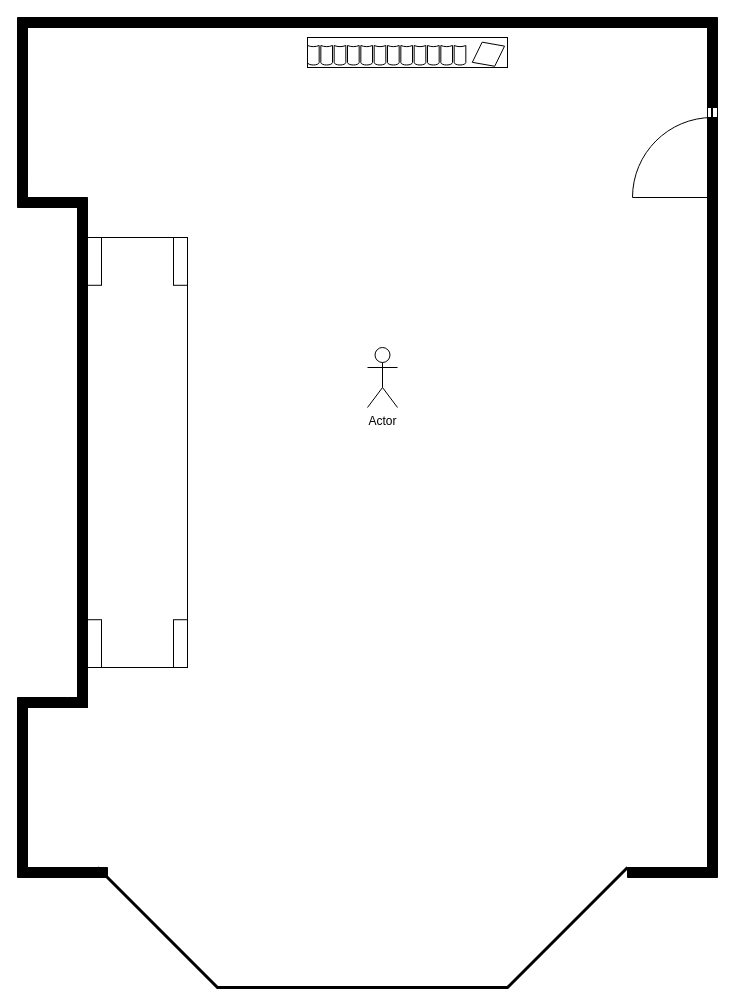
This is lounge.drawio from myqueues/diy, a draw.io file, before an edit. Source tidied: cells renumbered, new cells numbered last; positions are measured from the earlier drawing's top-left corner, leaving out a move shared by most shapes. Both pictures are drawn from the tidied source at 100%, with x=0, y=0 at pixel (17, 17).
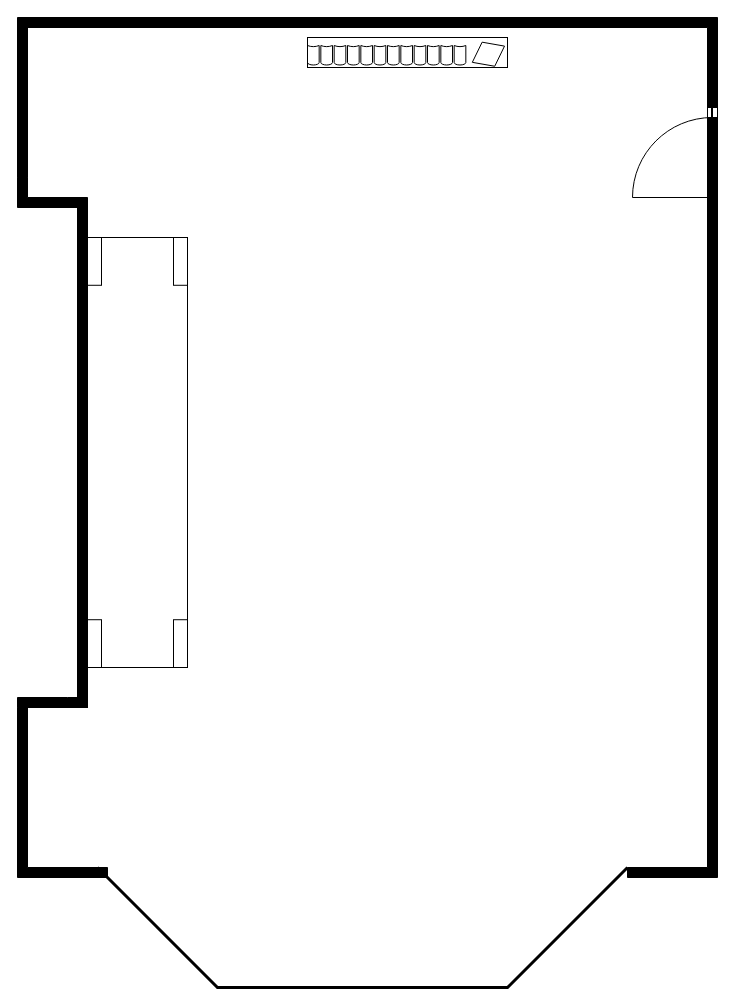
The same page after the edit.

Commit message:
man was bad mistake

Diff of the diagram source:
```diff
@@
 <mxGraphModel>
   <root>
     <mxCell id="0" />
     <mxCell id="1" parent="0" />
     <mxCell id="2" style="verticalLabelPosition=bottom;html=1;verticalAlign=top;align=center;shape=mxgraph.floorplan.wall;fillColor=strokeColor;" parent="1" vertex="1">
       <mxGeometry x="10" width="590" height="10" as="geometry" />
     </mxCell>
     <mxCell id="3" style="verticalLabelPosition=bottom;html=1;verticalAlign=top;align=center;shape=mxgraph.floorplan.wallCorner;fillColor=strokeColor;direction=south;" parent="1" vertex="1">
       <mxGeometry x="600" width="100" height="90" as="geometry" />
     </mxCell>
     <mxCell id="4" style="verticalLabelPosition=bottom;html=1;verticalAlign=top;align=center;shape=mxgraph.floorplan.windowGlider;dx=0.25;direction=south;" parent="1" vertex="1">
       <mxGeometry x="690" y="90" width="10" height="100" as="geometry" />
     </mxCell>
     <mxCell id="5" style="verticalLabelPosition=bottom;html=1;verticalAlign=top;align=center;shape=mxgraph.floorplan.doorRight;direction=south;" parent="1" vertex="1">
       <mxGeometry x="615" y="100" width="85" height="80" as="geometry" />
     </mxCell>
     <mxCell id="6" style="verticalLabelPosition=bottom;html=1;verticalAlign=top;align=center;shape=mxgraph.floorplan.wall;fillColor=strokeColor;direction=south;" parent="1" vertex="1">
       <mxGeometry x="690" y="100" width="10" height="670" as="geometry" />
     </mxCell>
     <mxCell id="7" style="verticalLabelPosition=bottom;html=1;verticalAlign=top;align=center;shape=mxgraph.floorplan.wallCorner;fillColor=strokeColor;direction=west;" parent="1" vertex="1">
       <mxGeometry x="610" y="770" width="90" height="90" as="geometry" />
     </mxCell>
     <mxCell id="8" style="verticalLabelPosition=bottom;html=1;verticalAlign=top;align=center;shape=mxgraph.floorplan.wallCorner;fillColor=strokeColor;direction=north;" parent="1" vertex="1">
       <mxGeometry y="690" width="90" height="170" as="geometry" />
     </mxCell>
     <mxCell id="9" style="verticalLabelPosition=bottom;html=1;verticalAlign=top;align=center;shape=mxgraph.floorplan.windowBow;strokeWidth=3;" parent="1" vertex="1">
       <mxGeometry x="80" y="850" width="530" height="120" as="geometry" />
     </mxCell>
     <mxCell id="10" style="verticalLabelPosition=bottom;html=1;verticalAlign=top;align=center;shape=mxgraph.floorplan.wallCorner;fillColor=strokeColor;direction=west;" parent="1" vertex="1">
       <mxGeometry y="680" width="60" height="10" as="geometry" />
     </mxCell>
     <mxCell id="11" style="verticalLabelPosition=bottom;html=1;verticalAlign=top;align=center;shape=mxgraph.floorplan.wallCorner;fillColor=strokeColor;" parent="1" vertex="1">
       <mxGeometry width="35" height="160" as="geometry" />
     </mxCell>
     <mxCell id="12" style="verticalLabelPosition=bottom;html=1;verticalAlign=top;align=center;shape=mxgraph.floorplan.wallCorner;fillColor=strokeColor;direction=north;" parent="1" vertex="1">
       <mxGeometry y="160" width="70" height="30" as="geometry" />
     </mxCell>
     <mxCell id="13" style="verticalLabelPosition=bottom;html=1;verticalAlign=top;align=center;shape=mxgraph.floorplan.wall;fillColor=strokeColor;direction=south;" parent="1" vertex="1">
       <mxGeometry x="60" y="190" width="10" height="500" as="geometry" />
     </mxCell>
     <mxCell id="14" style="verticalLabelPosition=bottom;html=1;verticalAlign=top;align=center;shape=mxgraph.floorplan.bookcase;" parent="1" vertex="1">
       <mxGeometry x="290" y="20" width="200" height="30" as="geometry" />
     </mxCell>
     <mxCell id="15" style="verticalLabelPosition=bottom;html=1;verticalAlign=top;align=center;shape=mxgraph.floorplan.table;direction=south;" parent="1" vertex="1">
       <mxGeometry x="70" y="220" width="100" height="430" as="geometry" />
     </mxCell>
-    <mxCell id="16" value="Actor" style="shape=umlActor;verticalLabelPosition=bottom;verticalAlign=top;html=1;" parent="1" vertex="1">
-      <mxGeometry x="350" y="330" width="30" height="60" as="geometry" />
-    </mxCell>
   </root>
 </mxGraphModel>
```
